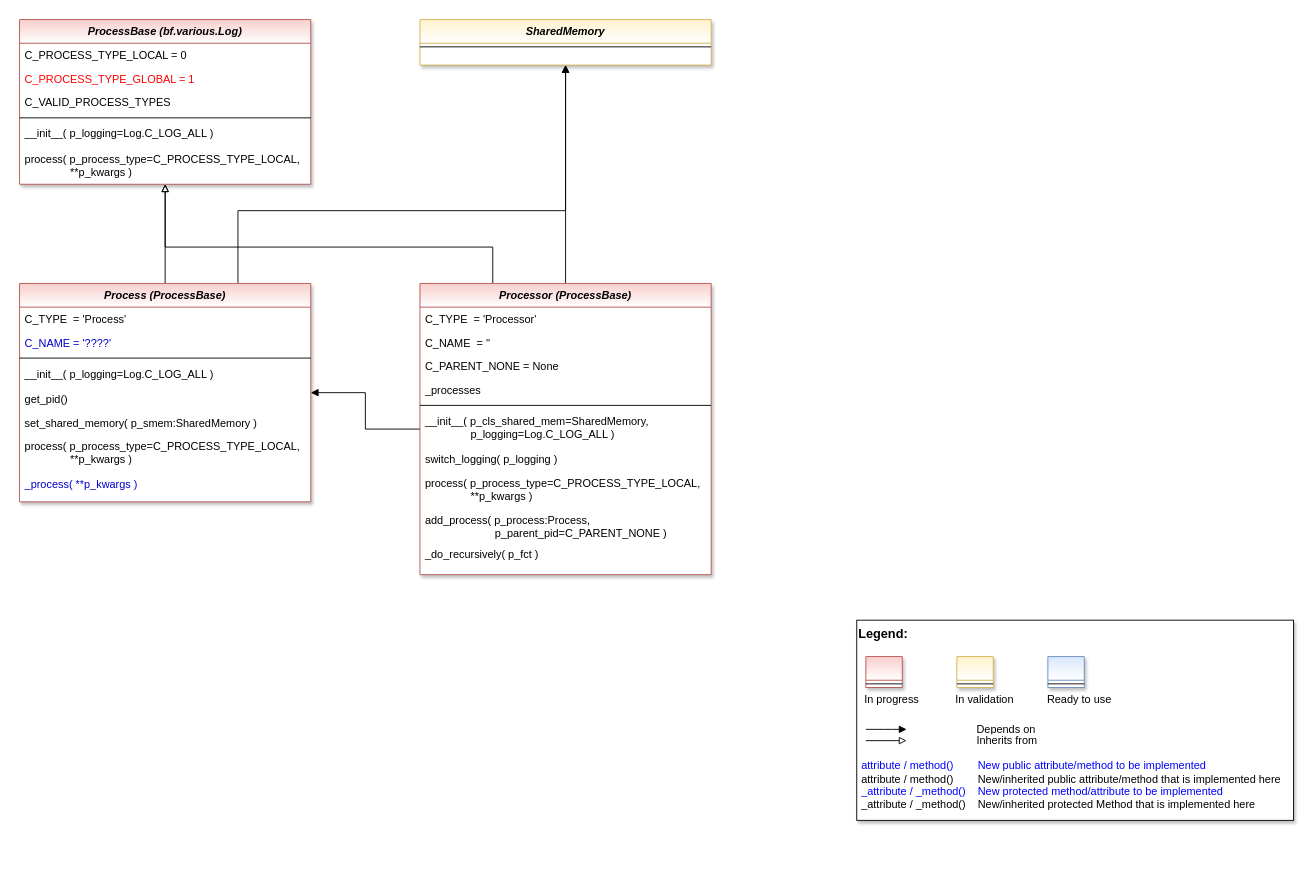
Before: doc/rtd/content/append2/core/images/bf/MLPro-BF-Processing_class_diagram.drawio in fhswf/MLPro, a draw.io diagram. Source tidied: cells renumbered, new cells numbered last; positions are measured from the earlier drawing's top-left corner, leaving out a move shared by most shapes. Both pictures are drawn from the tidied source at 91%, with x=0, y=0 at pixel (19, 19).
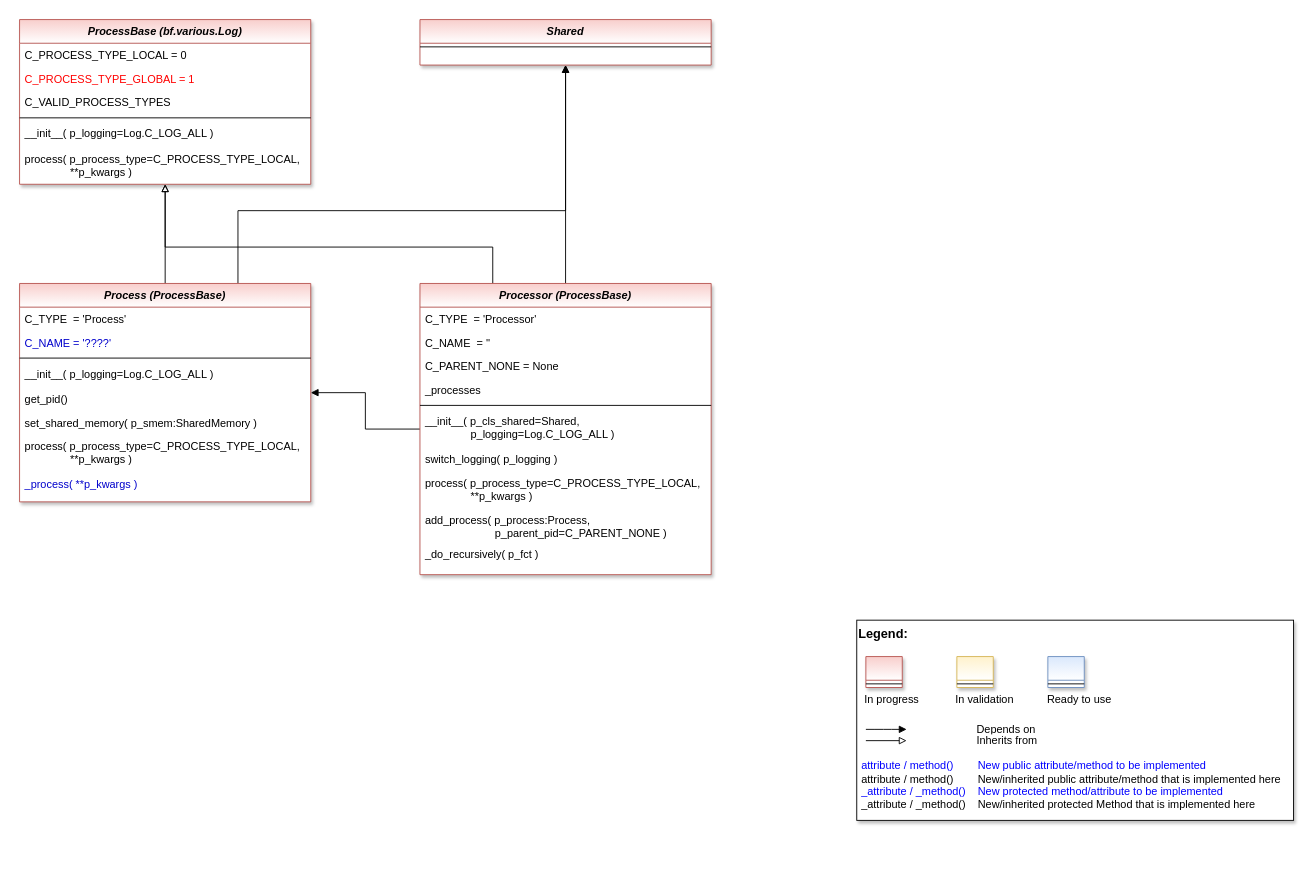
The same diagram, later.

The change refers to these unchanged cells:
```xml
<mxCell id="5" value="Processor (ProcessBase)" style="swimlane;fontStyle=3;align=center;verticalAlign=top;horizontal=1;startSize=26;rounded=0;shadow=1;strokeWidth=1;fillColor=#f8cecc;strokeColor=#b85450;swimlaneFillColor=#ffffff;gradientColor=#ffffff;" parent="1" vertex="1">
  <mxGeometry x="440" y="290" width="320" height="320" as="geometry" />
</mxCell>
```

The edit, as a diff of the source:
```diff
@@
-    <mxCell id="11" value="__init__( p_cls_shared_mem=SharedMemory,&#10;               p_logging=Log.C_LOG_ALL )" style="text;align=left;verticalAlign=top;spacingLeft=4;spacingRight=4;overflow=hidden;" parent="5" vertex="1">
+    <mxCell id="11" value="__init__( p_cls_shared=Shared,&#10;               p_logging=Log.C_LOG_ALL )" style="text;align=left;verticalAlign=top;spacingLeft=4;spacingRight=4;overflow=hidden;" parent="5" vertex="1">
       <mxGeometry y="138" width="320" height="42" as="geometry" />
     </mxCell>
@@
-    <mxCell id="44" value="SharedMemory" style="swimlane;fontStyle=3;align=center;verticalAlign=top;horizontal=1;startSize=26;rounded=0;shadow=1;strokeWidth=1;fillColor=#fff2cc;strokeColor=#d6b656;glass=0;swimlaneFillColor=#ffffff;gradientColor=#ffffff;" parent="1" vertex="1">
+    <mxCell id="44" value="Shared" style="swimlane;fontStyle=3;align=center;verticalAlign=top;horizontal=1;startSize=26;rounded=0;shadow=1;strokeWidth=1;fillColor=#f8cecc;strokeColor=#b85450;glass=0;swimlaneFillColor=#ffffff;gradientColor=#ffffff;" parent="1" vertex="1">
       <mxGeometry x="440" width="320" height="50" as="geometry" />
     </mxCell>
```
